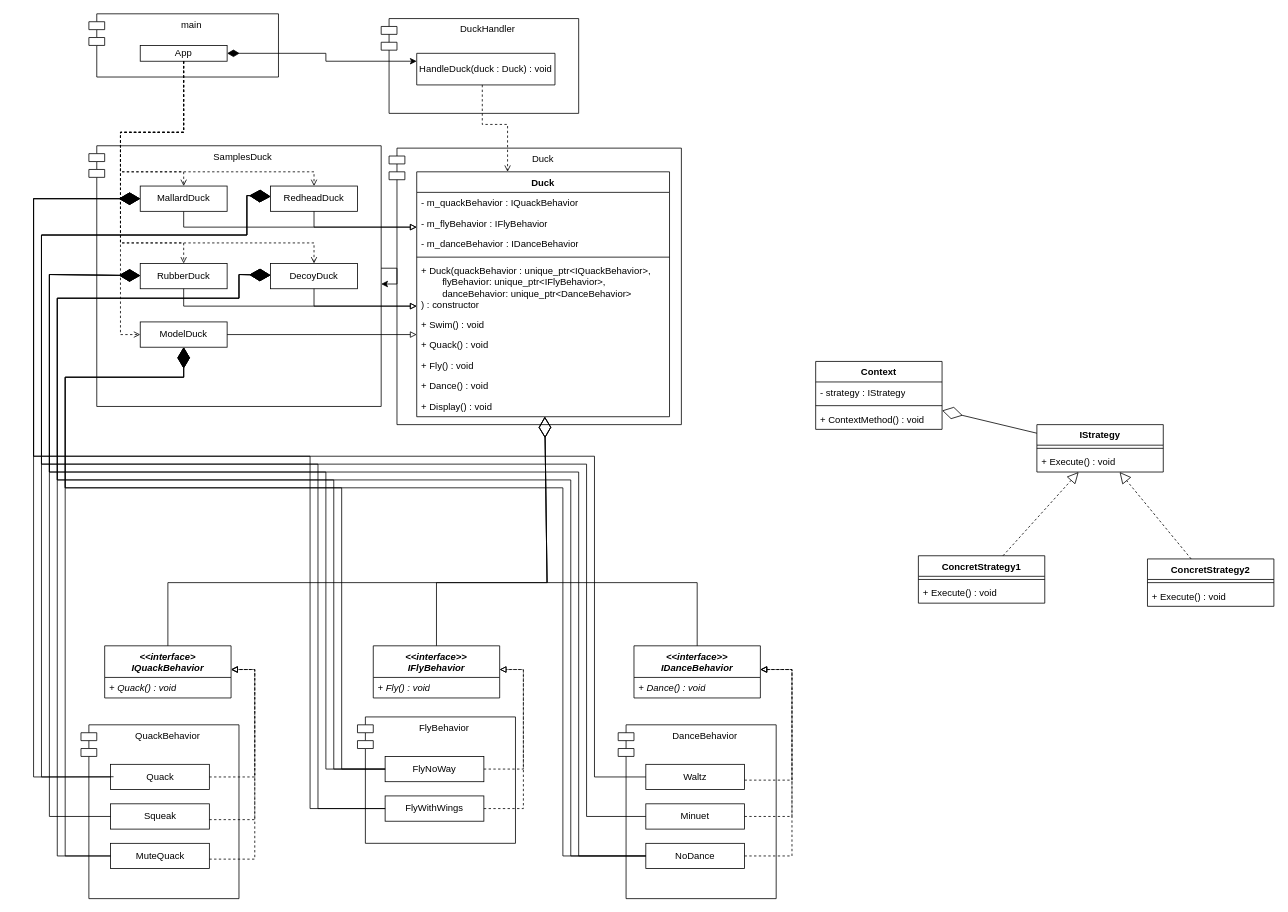
Earlier version of the draw.io diagram lw1/1-2/Ducks.drawio (ProstP/OOD). Source tidied: cells renumbered, new cells numbered last; positions are measured from the earlier drawing's top-left corner, leaving out a move shared by most shapes. Both pictures are drawn from the tidied source at 79%, with x=0, y=0 at pixel (33, 13).
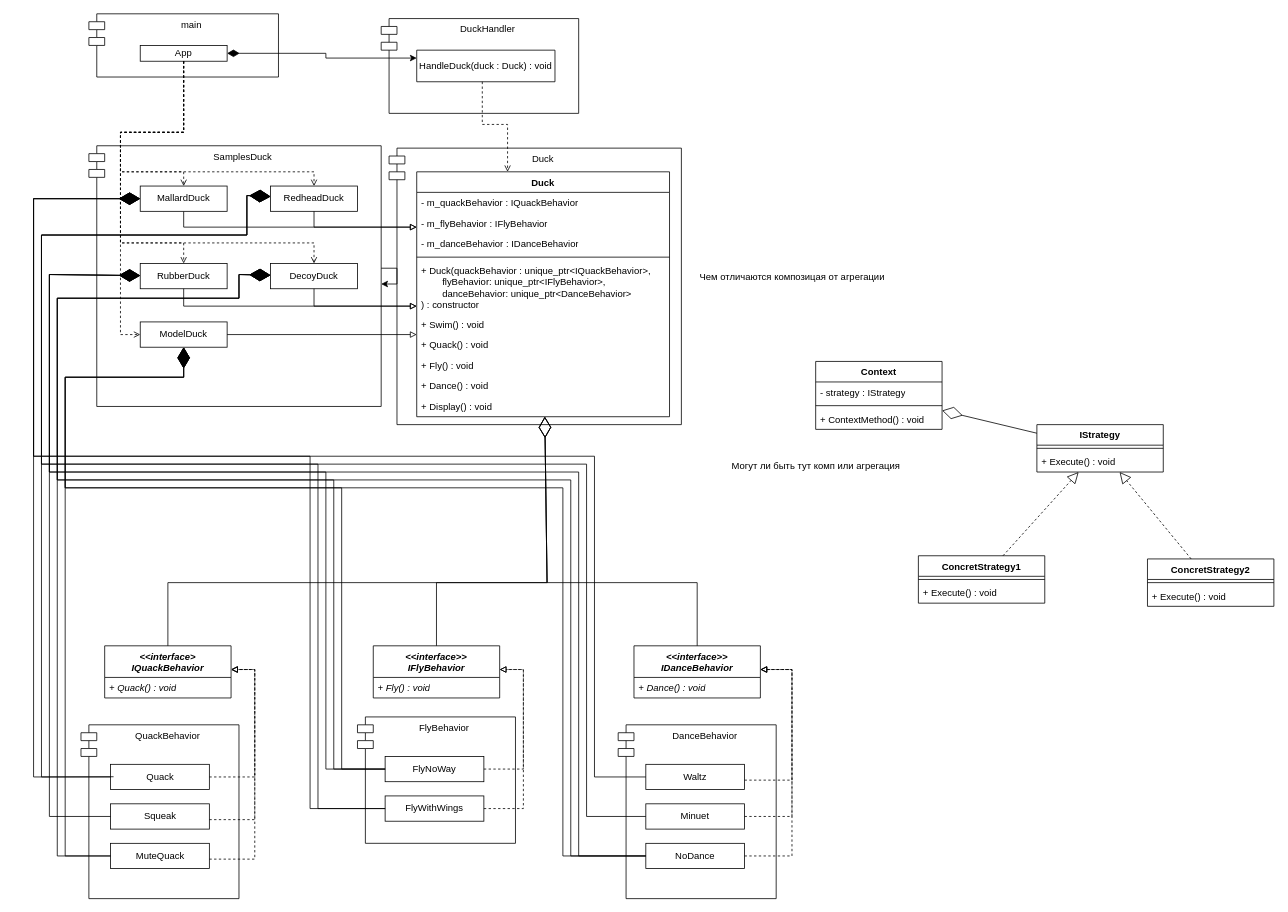
Above is the later version.

Commit message:
Добавил вопросы

What changed in the source:
```diff
@@
     <mxCell id="6" value="&lt;span style=&quot;text-align: left;&quot;&gt;HandleDuck(duck : Duck) : void&lt;/span&gt;" style="swimlane;fontStyle=0;horizontal=1;startSize=50;fillColor=none;whiteSpace=wrap;html=1;" parent="1" vertex="1">
-      <mxGeometry x="485" y="50" width="175" height="40" as="geometry" />
+      <mxGeometry x="485" y="46" width="175" height="40" as="geometry" />
     </mxCell>
@@
+    <mxCell id="96" value="Могут ли быть тут комп или агрегация" style="text;html=1;align=center;verticalAlign=middle;strokeColor=none;fillColor=none;" parent="1" vertex="1">
+      <mxGeometry x="870" y="558" width="240" height="30" as="geometry" />
+    </mxCell>
+    <mxCell id="97" value="Чем отличаются композицая от агрегации" style="text;html=1;align=center;verticalAlign=middle;strokeColor=none;fillColor=none;" parent="1" vertex="1">
+      <mxGeometry x="830" y="318" width="260" height="30" as="geometry" />
+    </mxCell>
```
